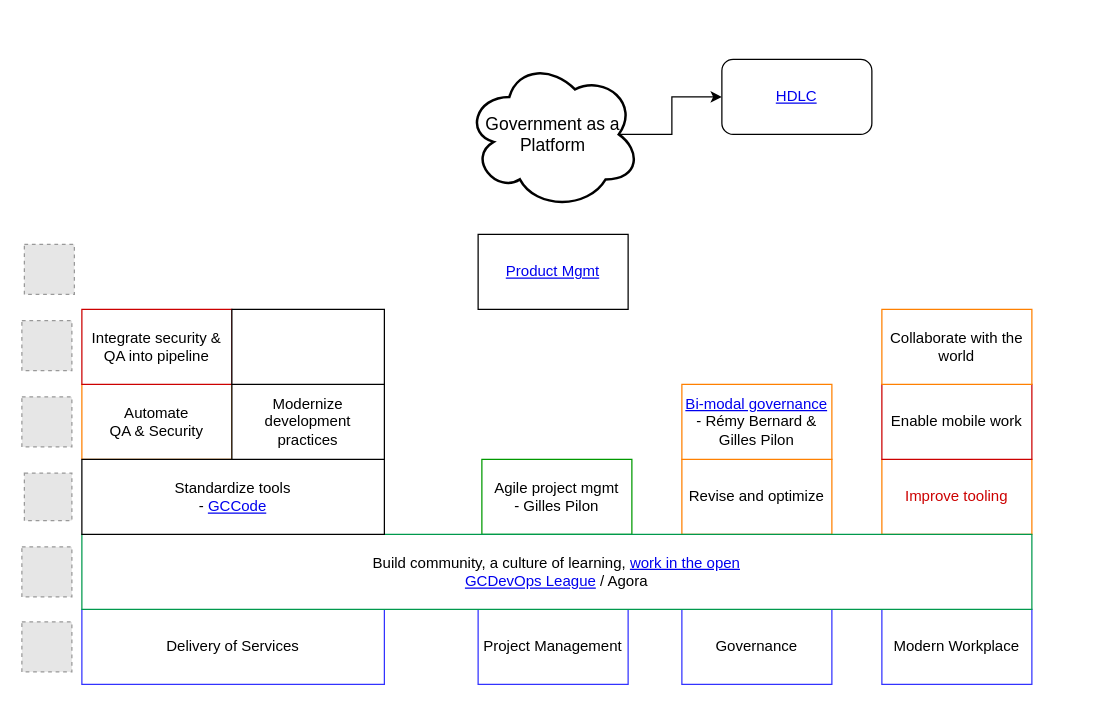
The draw.io diagram Strategies/StrategySummary.drawio in sara-sabr/ITStrategy, before the edit. Source tidied: cells renumbered, new cells numbered last; positions are measured from the earlier drawing's top-left corner, leaving out a move shared by most shapes. Both pictures are drawn from the tidied source at 125%, with x=0, y=0 at pixel (21, 59). Pictures stored in the file or linked from it are replaced by grey dashed boxes.
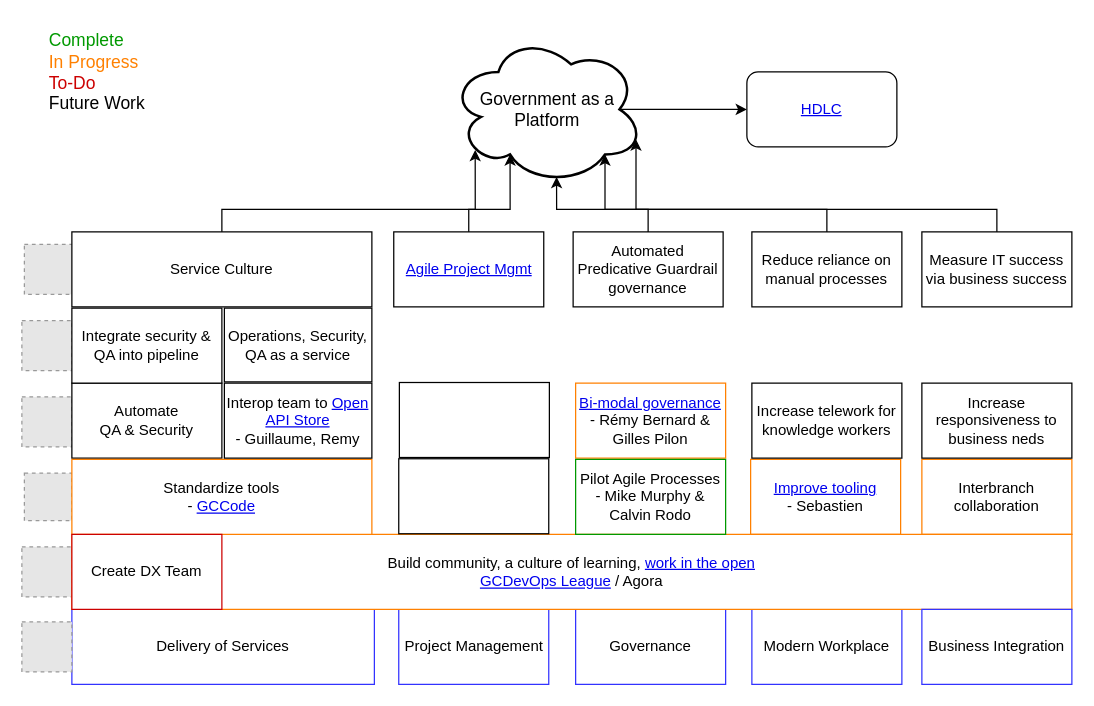
The same page after the edit.

Commit message (it also covers changes not shown here):
updating startegy summary

Change to the diagram source:
```diff
@@
-    <mxCell id="2" style="edgeStyle=orthogonalEdgeStyle;rounded=0;jettySize=auto;html=1;exitX=0.875;exitY=0.5;exitDx=0;exitDy=0;exitPerimeter=0;" parent="1" edge="1" source="3" target="4">
-      <mxGeometry relative="1" as="geometry">
-        <Array as="points">
-          <mxPoint x="520" y="60" />
-          <mxPoint x="520" y="30" />
-        </Array>
-      </mxGeometry>
+    <mxCell id="2" style="edgeStyle=orthogonalEdgeStyle;rounded=0;jettySize=auto;html=1;exitX=0.875;exitY=0.5;exitDx=0;exitDy=0;exitPerimeter=0;entryX=0;entryY=0.5;entryDx=0;entryDy=0;" parent="1" edge="1" source="3" target="4">
+      <mxGeometry relative="1" as="geometry" />
     </mxCell>
     <mxCell id="3" value="Government as a Platform" style="ellipse;shape=cloud;strokeWidth=2;fontSize=14;whiteSpace=wrap;html=1;align=center;" parent="1" vertex="1">
-      <mxGeometry x="355" width="140" height="120" as="geometry" />
+      <mxGeometry x="342.5" y="-20" width="155" height="120" as="geometry" />
     </mxCell>
     <mxCell id="4" value="&lt;a href=&quot;https://github.com/sara-sabr/ITStrategy/blob/master/Strategies/HumanDevelopmentLifeCycle.md&quot;&gt;HDLC&lt;/a&gt;" style="rounded=1;whiteSpace=wrap;html=1;" parent="1" vertex="1">
-      <mxGeometry x="560" width="120" height="60" as="geometry" />
+      <mxGeometry x="580" y="10" width="120" height="60" as="geometry" />
     </mxCell>
     <mxCell id="5" value="Delivery of Services" style="rounded=0;whiteSpace=wrap;html=1;strokeColor=#3333FF;" parent="1" vertex="1">
-      <mxGeometry x="48" y="440" width="242" height="60" as="geometry" />
+      <mxGeometry x="40" y="440" width="242" height="60" as="geometry" />
     </mxCell>
     <mxCell id="6" value="Project Management" style="rounded=0;whiteSpace=wrap;html=1;strokeColor=#3333FF;" parent="1" vertex="1">
-      <mxGeometry x="365" y="440" width="120" height="60" as="geometry" />
+      <mxGeometry x="301.5" y="440" width="120" height="60" as="geometry" />
     </mxCell>
     <mxCell id="7" value="Governance" style="rounded=0;whiteSpace=wrap;html=1;strokeColor=#3333FF;" parent="1" vertex="1">
-      <mxGeometry x="528" y="440" width="120" height="60" as="geometry" />
+      <mxGeometry x="443" y="440" width="120" height="60" as="geometry" />
     </mxCell>
     <mxCell id="8" value="Modern Workplace" style="rounded=0;whiteSpace=wrap;html=1;strokeColor=#3333FF;" parent="1" vertex="1">
-      <mxGeometry x="688" y="440" width="120" height="60" as="geometry" />
+      <mxGeometry x="584" y="440" width="120" height="60" as="geometry" />
     </mxCell>
-    <mxCell id="9" value="&lt;div&gt;Agile project mgmt&lt;/div&gt;&lt;div&gt;- Gilles Pilon&lt;br&gt;&lt;/div&gt;" style="rounded=0;whiteSpace=wrap;html=1;strokeColor=#009900;" parent="1" vertex="1">
-      <mxGeometry x="368" y="320" width="120" height="60" as="geometry" />
-    </mxCell>
-    <mxCell id="10" value="&lt;div&gt;&lt;font color=&quot;#CC0000&quot;&gt;Improve tooling&lt;/font&gt;&lt;/div&gt;" style="rounded=0;whiteSpace=wrap;html=1;strokeColor=#FF8000;" parent="1" vertex="1">
-      <mxGeometry x="688" y="320" width="120" height="60" as="geometry" />
-    </mxCell>
-    <mxCell id="11" value="&lt;div&gt;Revise and optimize&lt;/div&gt;" style="rounded=0;whiteSpace=wrap;html=1;strokeColor=#FF8000;" parent="1" vertex="1">
-      <mxGeometry x="528" y="320" width="120" height="60" as="geometry" />
-    </mxCell>
+    <mxCell id="28" value="&lt;div&gt;&lt;a href=&quot;https://github.com/sara-sabr/ITStrategy/blob/master/Strategies/WebServicesAccess.md#sites-that-are-blocked-and-not-blocked&quot;&gt;Improve tooling&lt;/a&gt;&lt;/div&gt;&lt;div&gt;&lt;font color=&quot;#CC0000&quot;&gt;&lt;font color=&quot;#000000&quot;&gt;- Sebastien&lt;/font&gt;&lt;br&gt;&lt;/font&gt;&lt;/div&gt;" style="rounded=0;whiteSpace=wrap;html=1;strokeColor=#FF8000;" parent="1" vertex="1">
+      <mxGeometry x="583" y="320" width="120" height="60" as="geometry" />
+    </mxCell>
     <mxCell id="12" value="&lt;div&gt;&lt;a href=&quot;https://github.com/sara-sabr/ITStrategy/blob/master/Strategies/TransitionToPartner.md#6-adopt-a-bi-modal-governance-and-delivery&quot;&gt;Bi-modal governance&lt;/a&gt;&lt;/div&gt;&lt;div&gt;- Rémy Bernard &amp;amp;&lt;/div&gt;&lt;div&gt;Gilles Pilon&lt;br&gt;&lt;/div&gt;" style="rounded=0;whiteSpace=wrap;html=1;strokeColor=#FF8000;" parent="1" vertex="1">
-      <mxGeometry x="528" y="260" width="120" height="60" as="geometry" />
+      <mxGeometry x="443" y="259" width="120" height="60" as="geometry" />
     </mxCell>
@@
-    <mxCell id="19" value="&lt;div&gt;Build community, a culture of learning, &lt;a href=&quot;https://github.com/sara-sabr/ITStrategy/blob/master/Strategies/TransitionToPartner.md#7-transition-to-working-in-the-open-by-default&quot;&gt;work in the open&lt;/a&gt;&lt;br&gt;&lt;/div&gt;&lt;div&gt;&lt;a href=&quot;https://twitter.com/search?q=%23GCDevOpsLeague&amp;amp;src=tyah&quot;&gt;GCDevOps League&lt;/a&gt; / Agora&lt;br&gt;&lt;/div&gt;" style="rounded=0;whiteSpace=wrap;html=1;strokeColor=#00994D;" parent="1" vertex="1">
-      <mxGeometry x="48" y="380" width="760" height="60" as="geometry" />
+    <mxCell id="19" value="&lt;div&gt;Build community, a culture of learning, &lt;a href=&quot;https://github.com/sara-sabr/ITStrategy/blob/master/Strategies/TransitionToPartner.md#7-transition-to-working-in-the-open-by-default&quot;&gt;work in the open&lt;/a&gt;&lt;br&gt;&lt;/div&gt;&lt;div&gt;&lt;a href=&quot;https://twitter.com/search?q=%23GCDevOpsLeague&amp;amp;src=tyah&quot;&gt;GCDevOps League&lt;/a&gt; / Agora&lt;br&gt;&lt;/div&gt;" style="rounded=0;whiteSpace=wrap;html=1;strokeColor=#FF8000;" parent="1" vertex="1">
+      <mxGeometry x="40" y="380" width="800" height="60" as="geometry" />
     </mxCell>
-    <mxCell id="20" value="Enable mobile work" style="rounded=0;whiteSpace=wrap;html=1;strokeColor=#CC0000;" parent="1" vertex="1">
-      <mxGeometry x="688" y="260" width="120" height="60" as="geometry" />
-    </mxCell>
-    <mxCell id="21" value="Collaborate with the world" style="rounded=0;whiteSpace=wrap;html=1;strokeColor=#FF8000;" parent="1" vertex="1">
-      <mxGeometry x="688" y="200" width="120" height="60" as="geometry" />
-    </mxCell>
+    <mxCell id="29" style="edgeStyle=orthogonalEdgeStyle;rounded=0;jettySize=auto;html=1;exitX=0.5;exitY=0;exitDx=0;exitDy=0;entryX=0.8;entryY=0.8;entryDx=0;entryDy=0;entryPerimeter=0;" parent="1" edge="1" source="30" target="3">
+      <mxGeometry relative="1" as="geometry">
+        <Array as="points">
+          <mxPoint x="644" y="120" />
+          <mxPoint x="466" y="120" />
+        </Array>
+      </mxGeometry>
+    </mxCell>
+    <mxCell id="30" value="Reduce reliance on manual processes" style="rounded=0;whiteSpace=wrap;html=1;strokeColor=#000000;" parent="1" vertex="1">
+      <mxGeometry x="584" y="138" width="120" height="60" as="geometry" />
+    </mxCell>
-    <mxCell id="22" value="&lt;div&gt;Automate &lt;br&gt;&lt;/div&gt;&lt;div&gt;QA &amp;amp; Security&lt;/div&gt;" style="rounded=0;whiteSpace=wrap;html=1;strokeColor=#FF8000;" parent="1" vertex="1">
-      <mxGeometry x="48" y="260" width="120" height="60" as="geometry" />
+    <mxCell id="22" value="&lt;div&gt;Automate &lt;br&gt;&lt;/div&gt;&lt;div&gt;QA &amp;amp; Security&lt;/div&gt;" style="rounded=0;whiteSpace=wrap;html=1;strokeColor=#000000;" parent="1" vertex="1">
+      <mxGeometry x="40" y="259" width="120" height="60" as="geometry" />
     </mxCell>
-    <mxCell id="23" value="&lt;div&gt;Standardize tools&lt;/div&gt;&lt;div&gt;- &lt;a href=&quot;https://github.com/gcdevops/strategie-devops-strategy/blob/WorkInProgress/Content/OfficalGCCodeSupport.md&quot;&gt;GCCode&lt;/a&gt;&lt;br&gt;&lt;/div&gt;" style="rounded=0;whiteSpace=wrap;html=1;strokeColor=#000000;" parent="1" vertex="1">
-      <mxGeometry x="48" y="320" width="242" height="60" as="geometry" />
+    <mxCell id="23" value="&lt;div&gt;Standardize tools&lt;/div&gt;&lt;div&gt;- &lt;a href=&quot;https://github.com/gcdevops/strategie-devops-strategy/blob/WorkInProgress/Content/OfficalGCCodeSupport.md&quot;&gt;GCCode&lt;/a&gt;&lt;br&gt;&lt;/div&gt;" style="rounded=0;whiteSpace=wrap;html=1;strokeColor=#FF8000;" parent="1" vertex="1">
+      <mxGeometry x="40" y="320" width="240" height="60" as="geometry" />
     </mxCell>
-    <mxCell id="24" value="Integrate security &amp;amp; QA into pipeline" style="rounded=0;whiteSpace=wrap;html=1;strokeColor=#CC0000;" parent="1" vertex="1">
-      <mxGeometry x="48" y="200" width="120" height="60" as="geometry" />
+    <mxCell id="24" value="Integrate security &amp;amp; QA into pipeline" style="rounded=0;whiteSpace=wrap;html=1;strokeColor=#000000;" parent="1" vertex="1">
+      <mxGeometry x="40" y="199" width="120" height="60" as="geometry" />
     </mxCell>
-    <mxCell id="25" value="&lt;a href=&quot;https://github.com/sara-sabr/ITStrategy/blob/master/Strategies/TransitionToPartner.md#5-shift-to-product-management&quot;&gt;Product Mgmt&lt;/a&gt;" style="rounded=0;whiteSpace=wrap;html=1;strokeColor=#000000;" parent="1" vertex="1">
-      <mxGeometry x="365" y="140" width="120" height="60" as="geometry" />
-    </mxCell>
-    <mxCell id="26" value="Modernize development practices" style="rounded=0;whiteSpace=wrap;html=1;strokeColor=#000000;" parent="1" vertex="1">
-      <mxGeometry x="168" y="260" width="122" height="60" as="geometry" />
-    </mxCell>
-    <mxCell id="27" style="rounded=0;whiteSpace=wrap;html=1;strokeColor=#000000;" parent="1" vertex="1">
-      <mxGeometry x="168" y="200" width="122" height="60" as="geometry" />
-    </mxCell>
+    <mxCell id="31" style="edgeStyle=orthogonalEdgeStyle;rounded=0;jettySize=auto;html=1;exitX=0.5;exitY=0;exitDx=0;exitDy=0;entryX=0.31;entryY=0.8;entryDx=0;entryDy=0;entryPerimeter=0;" parent="1" edge="1" source="32" target="3">
+      <mxGeometry relative="1" as="geometry">
+        <Array as="points">
+          <mxPoint x="358" y="120" />
+          <mxPoint x="391" y="120" />
+        </Array>
+      </mxGeometry>
+    </mxCell>
+    <mxCell id="32" value="&lt;a href=&quot;https://github.com/sara-sabr/ITStrategy/blob/master/Strategies/TransitionToPartner.md#5-shift-to-product-management&quot;&gt;Agile Project Mgmt&lt;br&gt;&lt;/a&gt;" style="rounded=0;whiteSpace=wrap;html=1;strokeColor=#000000;" parent="1" vertex="1">
+      <mxGeometry x="297.5" y="138" width="120" height="60" as="geometry" />
+    </mxCell>
+    <mxCell id="33" value="&lt;div&gt;Interop team to &lt;a href=&quot;https://api.canada.ca/en/homepage&quot;&gt;Open API Store&lt;/a&gt;&lt;/div&gt;&lt;div&gt;- Guillaume, Remy&lt;br&gt;&lt;/div&gt;" style="rounded=0;whiteSpace=wrap;html=1;strokeColor=#000000;" parent="1" vertex="1">
+      <mxGeometry x="162" y="259" width="118" height="60" as="geometry" />
+    </mxCell>
+    <mxCell id="34" value="Operations, Security, QA as a service" style="rounded=0;whiteSpace=wrap;html=1;strokeColor=#000000;" parent="1" vertex="1">
+      <mxGeometry x="162" y="199" width="118" height="59" as="geometry" />
+    </mxCell>
+    <mxCell id="35" value="Business Integration" style="rounded=0;whiteSpace=wrap;html=1;strokeColor=#3333FF;" parent="1" vertex="1">
+      <mxGeometry x="720" y="440" width="120" height="60" as="geometry" />
+    </mxCell>
+    <mxCell id="36" style="edgeStyle=orthogonalEdgeStyle;rounded=0;jettySize=auto;html=1;exitX=0.5;exitY=0;exitDx=0;exitDy=0;entryX=0.96;entryY=0.7;entryDx=0;entryDy=0;entryPerimeter=0;" parent="1" edge="1" source="37" target="3">
+      <mxGeometry relative="1" as="geometry">
+        <Array as="points">
+          <mxPoint x="780" y="120" />
+          <mxPoint x="491" y="120" />
+        </Array>
+      </mxGeometry>
+    </mxCell>
+    <mxCell id="37" value="Measure IT success via business success" style="rounded=0;whiteSpace=wrap;html=1;strokeColor=#000000;" parent="1" vertex="1">
+      <mxGeometry x="720" y="138" width="120" height="60" as="geometry" />
+    </mxCell>
+    <mxCell id="38" value="&lt;div style=&quot;font-size: 14px&quot; align=&quot;left&quot;&gt;&lt;font style=&quot;font-size: 14px&quot; color=&quot;#FF8000&quot;&gt;&lt;font style=&quot;font-size: 14px&quot; color=&quot;#009900&quot;&gt;Complete&lt;/font&gt;&lt;/font&gt;&lt;/div&gt;&lt;div style=&quot;font-size: 14px&quot; align=&quot;left&quot;&gt;&lt;font style=&quot;font-size: 14px&quot; color=&quot;#FF8000&quot;&gt;In Progress&lt;/font&gt;&lt;/div&gt;&lt;div style=&quot;font-size: 14px&quot; align=&quot;left&quot;&gt;&lt;font style=&quot;font-size: 14px&quot; color=&quot;#CC0000&quot;&gt;To-Do&lt;/font&gt;&lt;font style=&quot;font-size: 14px&quot;&gt;&lt;br&gt;&lt;/font&gt;&lt;/div&gt;&lt;div style=&quot;font-size: 14px&quot; align=&quot;left&quot;&gt;&lt;font style=&quot;font-size: 14px&quot;&gt;&lt;font style=&quot;font-size: 14px&quot; color=&quot;#FF8000&quot;&gt;&lt;font style=&quot;font-size: 14px&quot; color=&quot;#009900&quot;&gt;&lt;font color=&quot;#000000&quot;&gt;Future Work&lt;/font&gt;&lt;/font&gt;&lt;/font&gt;&lt;/font&gt;&lt;/div&gt;" style="text;html=1;strokeColor=none;fillColor=none;align=left;verticalAlign=middle;whiteSpace=wrap;rounded=0;" parent="1" vertex="1">
+      <mxGeometry x="20" y="-30" width="110" height="80" as="geometry" />
+    </mxCell>
+    <mxCell id="39" style="edgeStyle=orthogonalEdgeStyle;rounded=0;jettySize=auto;html=1;exitX=0.5;exitY=0;exitDx=0;exitDy=0;entryX=0.13;entryY=0.77;entryDx=0;entryDy=0;entryPerimeter=0;" parent="1" edge="1" source="40" target="3">
+      <mxGeometry relative="1" as="geometry">
+        <Array as="points">
+          <mxPoint x="160" y="120" />
+          <mxPoint x="363" y="120" />
+        </Array>
+      </mxGeometry>
+    </mxCell>
+    <mxCell id="40" value="&lt;div&gt;Service Culture&lt;/div&gt;" style="rounded=0;whiteSpace=wrap;html=1;strokeColor=#000000;" parent="1" vertex="1">
+      <mxGeometry x="40" y="138" width="240" height="60" as="geometry" />
+    </mxCell>
+    <mxCell id="41" style="edgeStyle=orthogonalEdgeStyle;rounded=0;jettySize=auto;html=1;exitX=0.5;exitY=0;exitDx=0;exitDy=0;entryX=0.55;entryY=0.95;entryDx=0;entryDy=0;entryPerimeter=0;" parent="1" edge="1" source="42" target="3">
+      <mxGeometry relative="1" as="geometry">
+        <Array as="points">
+          <mxPoint x="501" y="120" />
+          <mxPoint x="427" y="120" />
+        </Array>
+      </mxGeometry>
+    </mxCell>
+    <mxCell id="42" value="Automated Predicative Guardrail governance" style="rounded=0;whiteSpace=wrap;html=1;strokeColor=#000000;fillColor=none;" parent="1" vertex="1">
+      <mxGeometry x="441" y="138" width="120" height="60" as="geometry" />
+    </mxCell>
+    <mxCell id="43" value="Interbranch collaboration" style="rounded=0;whiteSpace=wrap;html=1;strokeColor=#FF8000;fillColor=none;" parent="1" vertex="1">
+      <mxGeometry x="720" y="320" width="120" height="60" as="geometry" />
+    </mxCell>
+    <mxCell id="44" value="Increase responsiveness to business neds" style="rounded=0;whiteSpace=wrap;html=1;strokeColor=#000000;fillColor=none;" parent="1" vertex="1">
+      <mxGeometry x="720" y="259" width="120" height="60" as="geometry" />
+    </mxCell>
+    <mxCell id="45" value="Increase telework for knowledge workers" style="rounded=0;whiteSpace=wrap;html=1;strokeColor=#000000;fillColor=none;" parent="1" vertex="1">
+      <mxGeometry x="584" y="259" width="120" height="60" as="geometry" />
+    </mxCell>
+    <mxCell id="46" style="rounded=0;whiteSpace=wrap;html=1;strokeColor=#000000;fillColor=none;" parent="1" vertex="1">
+      <mxGeometry x="301.5" y="319.5" width="120" height="60" as="geometry" />
+    </mxCell>
+    <mxCell id="47" value="&lt;div&gt;Pilot Agile Processes&lt;/div&gt;&lt;div&gt;- Mike Murphy &amp;amp; Calvin Rodo&lt;br&gt;&lt;/div&gt;" style="rounded=0;whiteSpace=wrap;html=1;strokeColor=#009900;fillColor=none;" parent="1" vertex="1">
+      <mxGeometry x="443" y="320" width="120" height="60" as="geometry" />
+    </mxCell>
+    <mxCell id="48" style="rounded=0;whiteSpace=wrap;html=1;strokeColor=#000000;fillColor=none;" parent="1" vertex="1">
+      <mxGeometry x="302" y="258.5" width="120" height="60" as="geometry" />
+    </mxCell>
+    <mxCell id="49" value="Create DX Team" style="rounded=0;whiteSpace=wrap;html=1;strokeColor=#CC0000;" parent="1" vertex="1">
+      <mxGeometry x="40" y="380" width="120" height="60" as="geometry" />
+    </mxCell>
```
